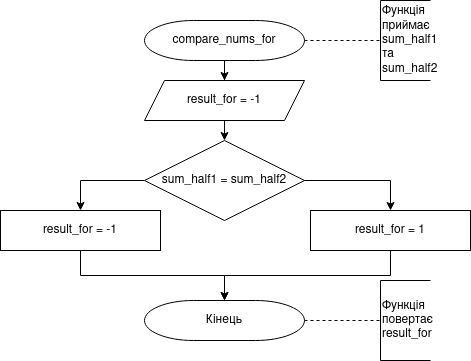
belchinskaya/Programming-Belchinska keeps this draw.io diagram as lab08_09_10/doc/assets/compare_nums_for.png. Above is the earlier version. Source tidied: cells renumbered, new cells last; positions are measured from the earlier drawing's top-left corner, leaving out a move shared by most shapes.
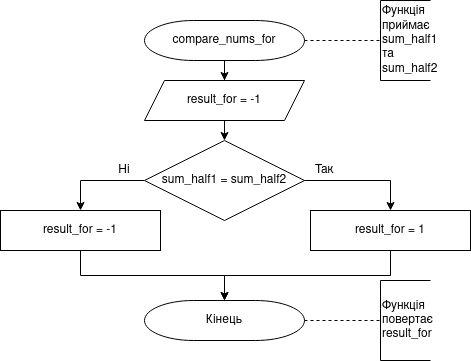
The same file after the commit.

The edit, as a diff of the source:
```diff
@@ -50,5 +50,11 @@
     <mxCell id="17" value="&lt;div&gt;Функція &lt;br&gt;&lt;/div&gt;&lt;div&gt;повертає&lt;/div&gt;&lt;div&gt;result_for&lt;br&gt;&lt;/div&gt;" style="strokeWidth=1;html=1;shape=mxgraph.flowchart.annotation_1;align=left;" parent="1" vertex="1">
       <mxGeometry x="380" y="280" width="50" height="80" as="geometry" />
     </mxCell>
+    <mxCell id="18" value="Так" style="text;html=1;strokeColor=none;fillColor=none;align=center;verticalAlign=middle;whiteSpace=wrap;rounded=0;" parent="1" vertex="1">
+      <mxGeometry x="304" y="160" width="40" height="20" as="geometry" />
+    </mxCell>
+    <mxCell id="19" value="Ні" style="text;html=1;strokeColor=none;fillColor=none;align=center;verticalAlign=middle;whiteSpace=wrap;rounded=0;" parent="1" vertex="1">
+      <mxGeometry x="104" y="165" width="40" height="10" as="geometry" />
+    </mxCell>
   </root>
 </mxGraphModel>
```
